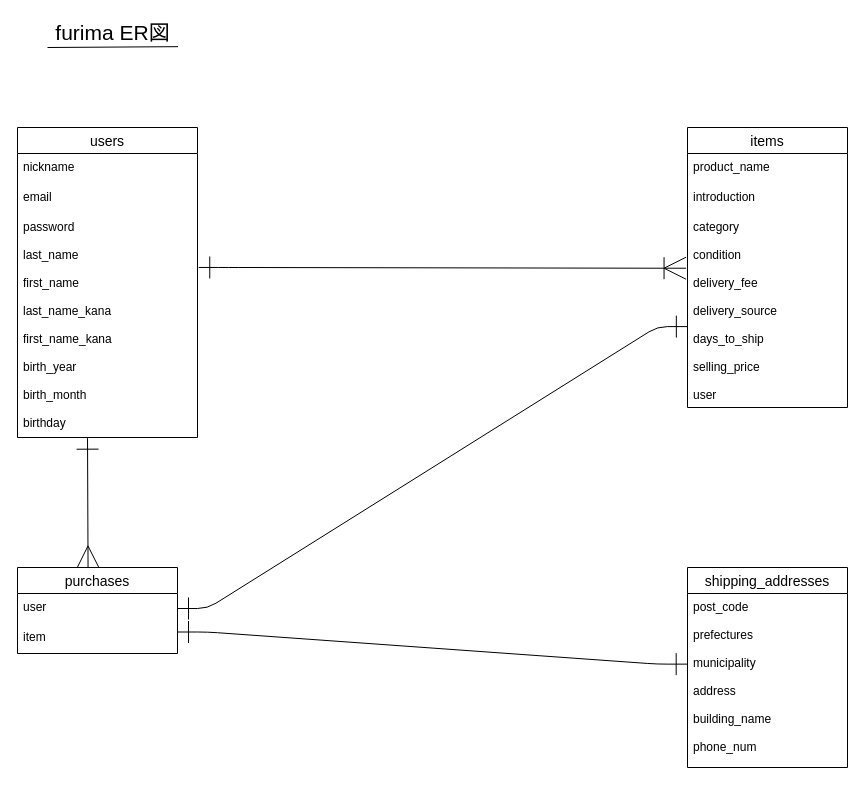
The draw.io diagram furima.dio in yumoto34492/furima-34492, before the edit. Source tidied: cells renumbered, new cells numbered last; positions are measured from the earlier drawing's top-left corner, leaving out a move shared by most shapes. Both pictures are drawn from the tidied source at 100%, with x=0, y=0 at pixel (17, 17).
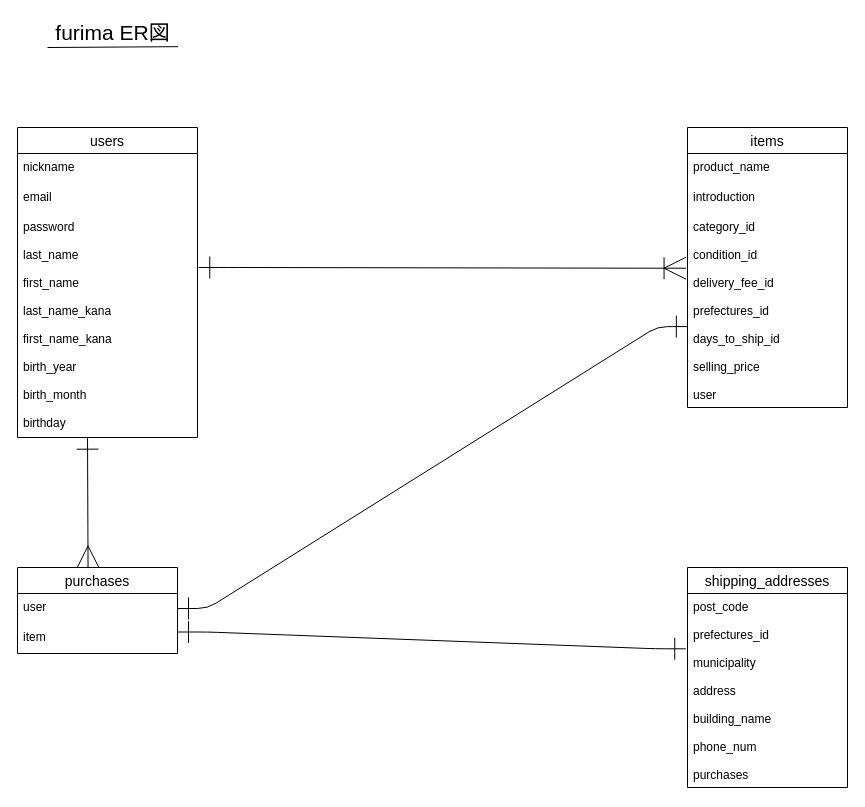
The same page after the edit.

Commit message (it also covers changes not shown here):
都道府県をprefectures_idへ修正

The change refers to these unchanged cells:
```xml
<mxCell id="7" value="items" style="swimlane;fontStyle=0;horizontal=1;startSize=26;align=center;fontSize=14;" parent="1" vertex="1">
  <mxGeometry x="670" y="110" width="160" height="280" as="geometry" />
</mxCell>
<mxCell id="11" value="purchases" style="swimlane;fontStyle=0;horizontal=1;startSize=26;align=center;fontSize=14;" parent="1" vertex="1">
  <mxGeometry y="550" width="160" height="86" as="geometry" />
</mxCell>
```

Diff of the diagram source:
```diff
@@
-    <mxCell id="10" value="category&#10;&#10;condition&#10;&#10;delivery_fee&#10;&#10;delivery_source&#10;&#10;days_to_ship&#10;&#10;selling_price&#10;&#10;user" style="text;strokeColor=none;fillColor=none;spacingLeft=4;spacingRight=4;overflow=hidden;points=[[0,0.5],[1,0.5]];portConstraint=eastwest;fontSize=12;" parent="7" vertex="1">
+    <mxCell id="10" value="category_id&#10;&#10;condition_id&#10;&#10;delivery_fee_id&#10;&#10;prefectures_id&#10;&#10;days_to_ship_id&#10;&#10;selling_price&#10;&#10;user" style="text;strokeColor=none;fillColor=none;spacingLeft=4;spacingRight=4;overflow=hidden;points=[[0,0.5],[1,0.5]];portConstraint=eastwest;fontSize=12;" parent="7" vertex="1">
       <mxGeometry y="86" width="160" height="194" as="geometry" />
     </mxCell>
@@
     <mxCell id="14" value="shipping_addresses" style="swimlane;fontStyle=0;horizontal=1;startSize=26;align=center;fontSize=14;rounded=0;sketch=0;" parent="1" vertex="1">
-      <mxGeometry x="670" y="550" width="160" height="200" as="geometry" />
+      <mxGeometry x="670" y="550" width="160" height="220" as="geometry" />
     </mxCell>
-    <mxCell id="15" value="post_code&#10;&#10;prefectures&#10;&#10;municipality&#10;&#10;address&#10;&#10;building_name&#10;&#10;phone_num&#10;" style="text;strokeColor=none;fillColor=none;spacingLeft=4;spacingRight=4;overflow=hidden;points=[[0,0.5],[1,0.5]];portConstraint=eastwest;fontSize=12;" parent="14" vertex="1">
-      <mxGeometry y="26" width="160" height="174" as="geometry" />
+    <mxCell id="15" value="post_code&#10;&#10;prefectures_id&#10;&#10;municipality&#10;&#10;address&#10;&#10;building_name&#10;&#10;phone_num&#10;&#10;purchases" style="text;strokeColor=none;fillColor=none;spacingLeft=4;spacingRight=4;overflow=hidden;points=[[0,0.5],[1,0.5]];portConstraint=eastwest;fontSize=12;" parent="14" vertex="1">
+      <mxGeometry y="26" width="160" height="194" as="geometry" />
     </mxCell>
@@
-    <mxCell id="21" style="edgeStyle=entityRelationEdgeStyle;fontSize=12;html=1;endArrow=ERone;endFill=1;entryX=-0.002;entryY=0.406;entryDx=0;entryDy=0;entryPerimeter=0;exitX=1;exitY=0.75;exitDx=0;exitDy=0;endSize=20;startSize=20;startArrow=ERone;startFill=0;" parent="1" edge="1" source="11" target="15">
+    <mxCell id="21" style="edgeStyle=entityRelationEdgeStyle;fontSize=12;html=1;endArrow=ERone;endFill=1;entryX=-0.011;entryY=0.285;entryDx=0;entryDy=0;entryPerimeter=0;exitX=1;exitY=0.75;exitDx=0;exitDy=0;endSize=20;startSize=20;startArrow=ERone;startFill=0;" parent="1" edge="1" source="11" target="15">
       <mxGeometry relative="1" as="geometry" />
     </mxCell>
```
